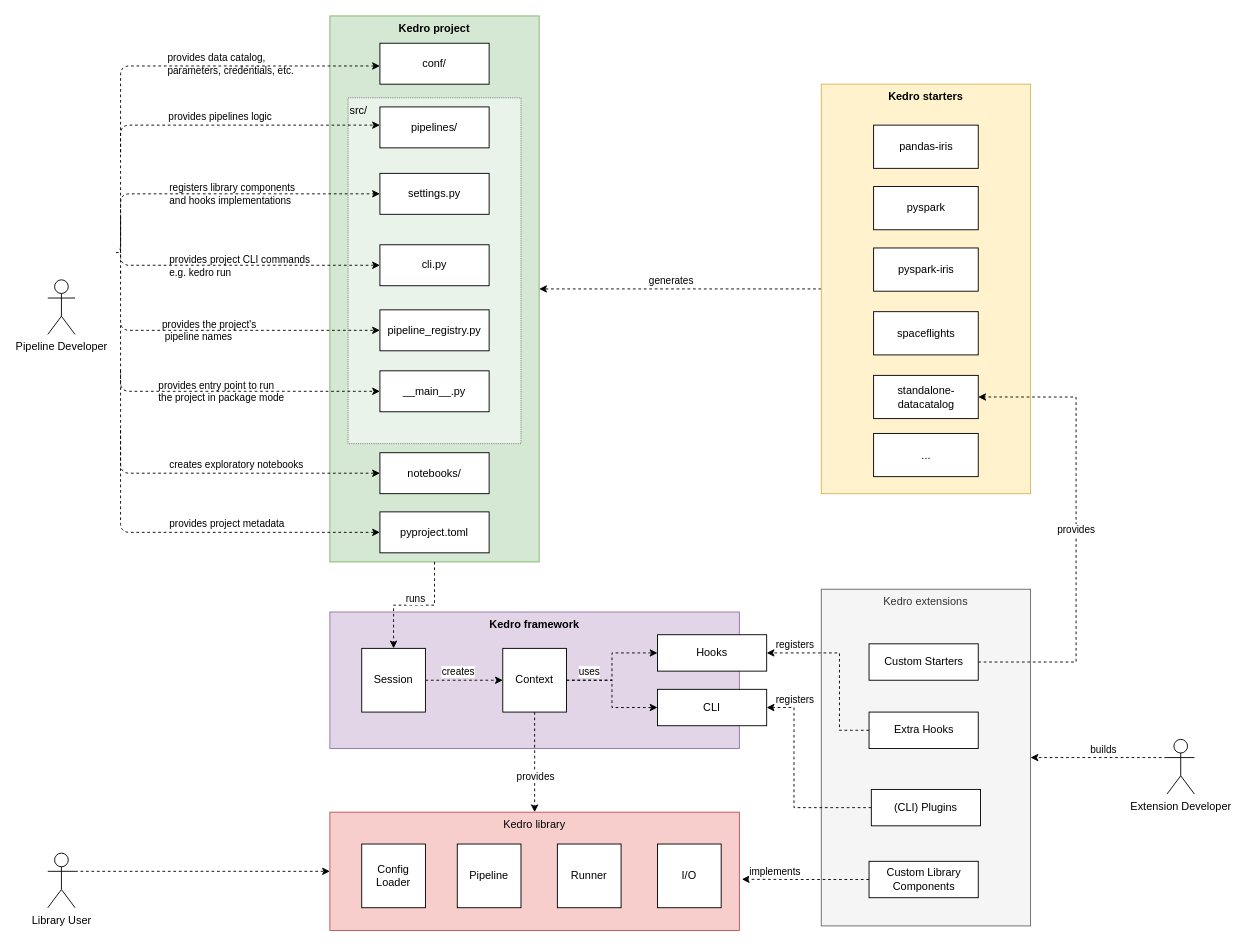
Before: docs/source/meta/images/KedroArchitecture.drawio in kedro-org/kedro, a draw.io diagram. Source tidied: cells renumbered, new cells numbered last; positions are measured from the earlier drawing's top-left corner, leaving out a move shared by most shapes. Both pictures are drawn from the tidied source at 91%, with x=0, y=0 at pixel (47, 15).
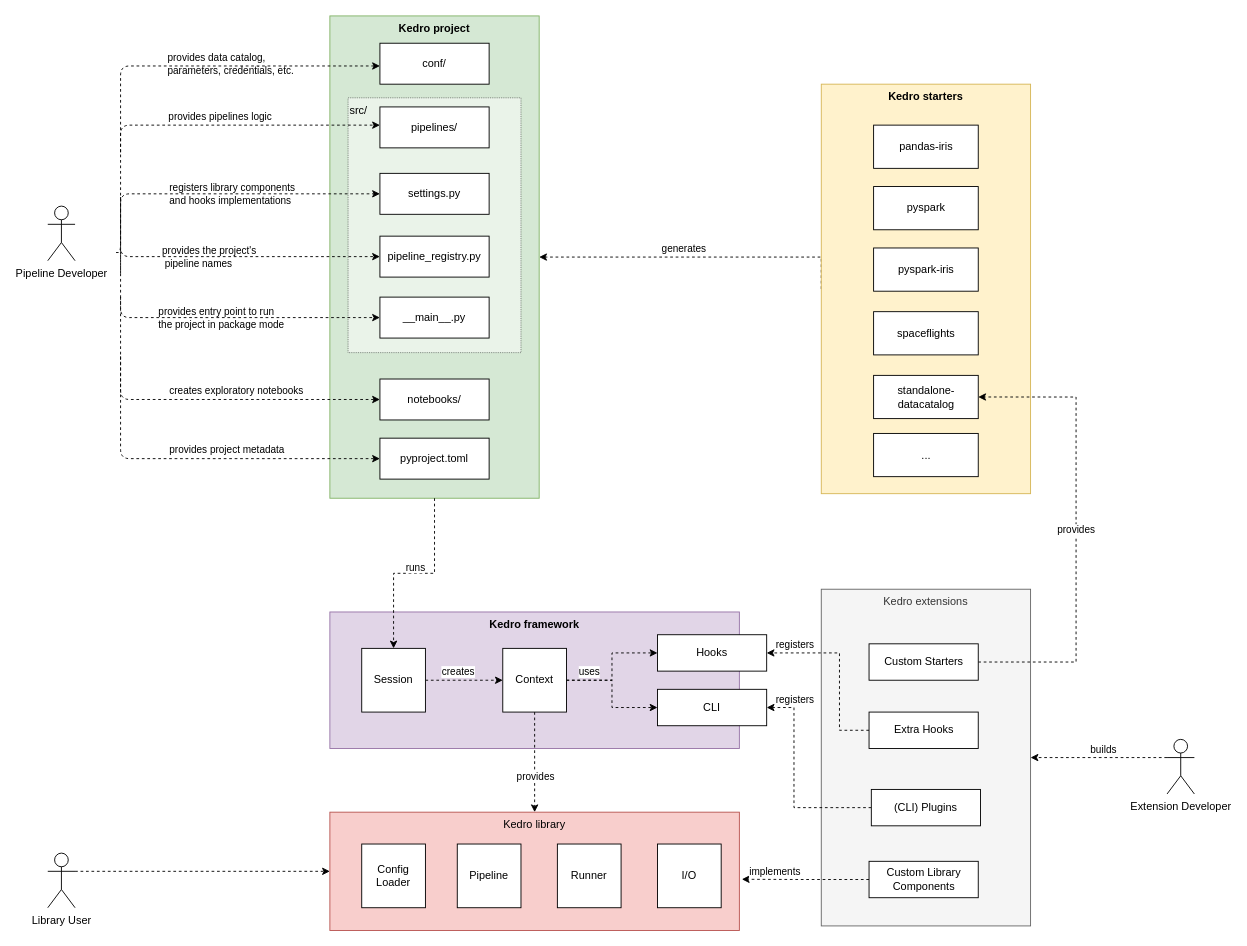
After the change.

Commit message (it also covers changes not shown here):
Change diagram following reivew

Unchanged cells that the change refers to:
```xml
<mxCell id="11" value="&lt;b&gt;Kedro starters&lt;/b&gt;" style="rounded=0;whiteSpace=wrap;html=1;verticalAlign=top;fillColor=#fff2cc;strokeColor=#d6b656;" parent="1" vertex="1">
  <mxGeometry x="850" y="75" width="230" height="450" as="geometry" />
</mxCell>
```

What changed in the source:
```diff
@@
     <mxCell id="2" value="&lt;b&gt;Kedro project&lt;/b&gt;" style="rounded=0;whiteSpace=wrap;html=1;verticalAlign=top;fillColor=#d5e8d4;strokeColor=#82b366;" parent="1" vertex="1">
-      <mxGeometry x="310" width="230" height="600" as="geometry" />
+      <mxGeometry x="310" width="230" height="530" as="geometry" />
     </mxCell>
     <mxCell id="3" value="src/" style="rounded=0;whiteSpace=wrap;html=1;dashed=1;dashPattern=1 1;verticalAlign=top;align=left;labelBackgroundColor=none;opacity=50;" parent="1" vertex="1">
-      <mxGeometry x="330" y="90" width="190" height="380" as="geometry" />
+      <mxGeometry x="330" y="90" width="190" height="280" as="geometry" />
     </mxCell>
@@
     <mxCell id="5" value="Pipeline Developer" style="shape=umlActor;verticalLabelPosition=bottom;verticalAlign=top;html=1;" parent="1" vertex="1">
-      <mxGeometry y="290" width="30" height="60" as="geometry" />
+      <mxGeometry y="209" width="30" height="60" as="geometry" />
     </mxCell>
@@
     <mxCell id="9" style="edgeStyle=orthogonalEdgeStyle;rounded=0;jettySize=auto;html=1;exitX=0;exitY=0.5;exitDx=0;exitDy=0;dashed=1;" parent="1" edge="1" source="11" target="2">
-      <mxGeometry relative="1" as="geometry" />
+      <mxGeometry relative="1" as="geometry">
+        <Array as="points">
+          <mxPoint x="850" y="265" />
+        </Array>
+      </mxGeometry>
     </mxCell>
@@
-    <mxCell id="39" value="cli.py" style="rounded=0;whiteSpace=wrap;html=1;" parent="1" vertex="1">
-      <mxGeometry x="365" y="251.5" width="120" height="45" as="geometry" />
-    </mxCell>
@@
     <mxCell id="43" value="notebooks/" style="rounded=0;whiteSpace=wrap;html=1;" parent="1" vertex="1">
-      <mxGeometry x="365" y="480" width="120" height="45" as="geometry" />
+      <mxGeometry x="365" y="399" width="120" height="45" as="geometry" />
     </mxCell>
     <mxCell id="44" value="pyproject.toml" style="rounded=0;whiteSpace=wrap;html=1;" parent="1" vertex="1">
-      <mxGeometry x="365" y="545" width="120" height="45" as="geometry" />
+      <mxGeometry x="365" y="464" width="120" height="45" as="geometry" />
     </mxCell>
@@
-    <mxCell id="52" style="endArrow=classic;html=1;dashed=1;entryX=0;entryY=0.5;entryDx=0;entryDy=0;edgeStyle=orthogonalEdgeStyle;" parent="1" edge="1" target="39">
-      <mxGeometry relative="1" as="geometry">
-        <mxPoint x="80" y="221.5" as="sourcePoint" />
-        <Array as="points">
-          <mxPoint x="80" y="274.5" />
-        </Array>
-      </mxGeometry>
-    </mxCell>
-    <mxCell id="53" value="provides project&amp;nbsp;CLI commands&lt;br&gt;e.g. kedro run" style="edgeLabel;html=1;align=left;verticalAlign=middle;labelBackgroundColor=none;" parent="52" vertex="1">
-      <mxGeometry x="-0.2" y="3" relative="1" as="geometry">
-        <mxPoint x="-31" y="3" as="offset" />
-      </mxGeometry>
-    </mxCell>
     <mxCell id="54" style="endArrow=classic;html=1;dashed=1;entryX=0;entryY=0.5;entryDx=0;entryDy=0;edgeStyle=orthogonalEdgeStyle;" parent="1" edge="1">
       <mxGeometry relative="1" as="geometry">
-        <mxPoint x="80" y="390" as="sourcePoint" />
-        <mxPoint x="365" y="502.5" as="targetPoint" />
+        <mxPoint x="80" y="309" as="sourcePoint" />
+        <mxPoint x="365" y="421.5" as="targetPoint" />
         <Array as="points">
-          <mxPoint x="80" y="503" />
+          <mxPoint x="80" y="422" />
         </Array>
       </mxGeometry>
     </mxCell>
@@
     <mxCell id="56" style="endArrow=classic;html=1;dashed=1;entryX=0;entryY=0.5;entryDx=0;entryDy=0;edgeStyle=orthogonalEdgeStyle;" parent="1" edge="1">
       <mxGeometry relative="1" as="geometry">
-        <mxPoint x="80" y="455" as="sourcePoint" />
-        <mxPoint x="365" y="567.5" as="targetPoint" />
+        <mxPoint x="80" y="374" as="sourcePoint" />
+        <mxPoint x="365" y="486.5" as="targetPoint" />
         <Array as="points">
-          <mxPoint x="80" y="568" />
+          <mxPoint x="80" y="487" />
         </Array>
       </mxGeometry>
     </mxCell>
@@
     <mxCell id="68" value="__main__.py" style="rounded=0;whiteSpace=wrap;html=1;" parent="1" vertex="1">
-      <mxGeometry x="365" y="390" width="120" height="45" as="geometry" />
+      <mxGeometry x="365" y="309" width="120" height="45" as="geometry" />
     </mxCell>
     <mxCell id="69" style="endArrow=classic;html=1;dashed=1;entryX=0;entryY=0.5;entryDx=0;entryDy=0;edgeStyle=orthogonalEdgeStyle;" parent="1" edge="1">
       <mxGeometry relative="1" as="geometry">
-        <mxPoint x="80" y="340" as="sourcePoint" />
-        <mxPoint x="365" y="412.5" as="targetPoint" />
+        <mxPoint x="80" y="259" as="sourcePoint" />
+        <mxPoint x="365" y="331.5" as="targetPoint" />
         <Array as="points">
-          <mxPoint x="80" y="413" />
+          <mxPoint x="80" y="332" />
         </Array>
       </mxGeometry>
     </mxCell>
@@
     <mxCell id="71" value="pipeline_registry.py" style="rounded=0;whiteSpace=wrap;html=1;" parent="1" vertex="1">
-      <mxGeometry x="365" y="323" width="120" height="45" as="geometry" />
+      <mxGeometry x="365" y="242" width="120" height="45" as="geometry" />
     </mxCell>
     <mxCell id="72" style="endArrow=classic;html=1;dashed=1;entryX=0;entryY=0.5;entryDx=0;entryDy=0;edgeStyle=orthogonalEdgeStyle;" parent="1" edge="1">
       <mxGeometry relative="1" as="geometry">
-        <mxPoint x="80" y="280" as="sourcePoint" />
-        <mxPoint x="365" y="345.5" as="targetPoint" />
+        <mxPoint x="80" y="199" as="sourcePoint" />
+        <mxPoint x="365" y="264.5" as="targetPoint" />
         <Array as="points">
-          <mxPoint x="80" y="346" />
+          <mxPoint x="80" y="265" />
         </Array>
       </mxGeometry>
     </mxCell>
```
